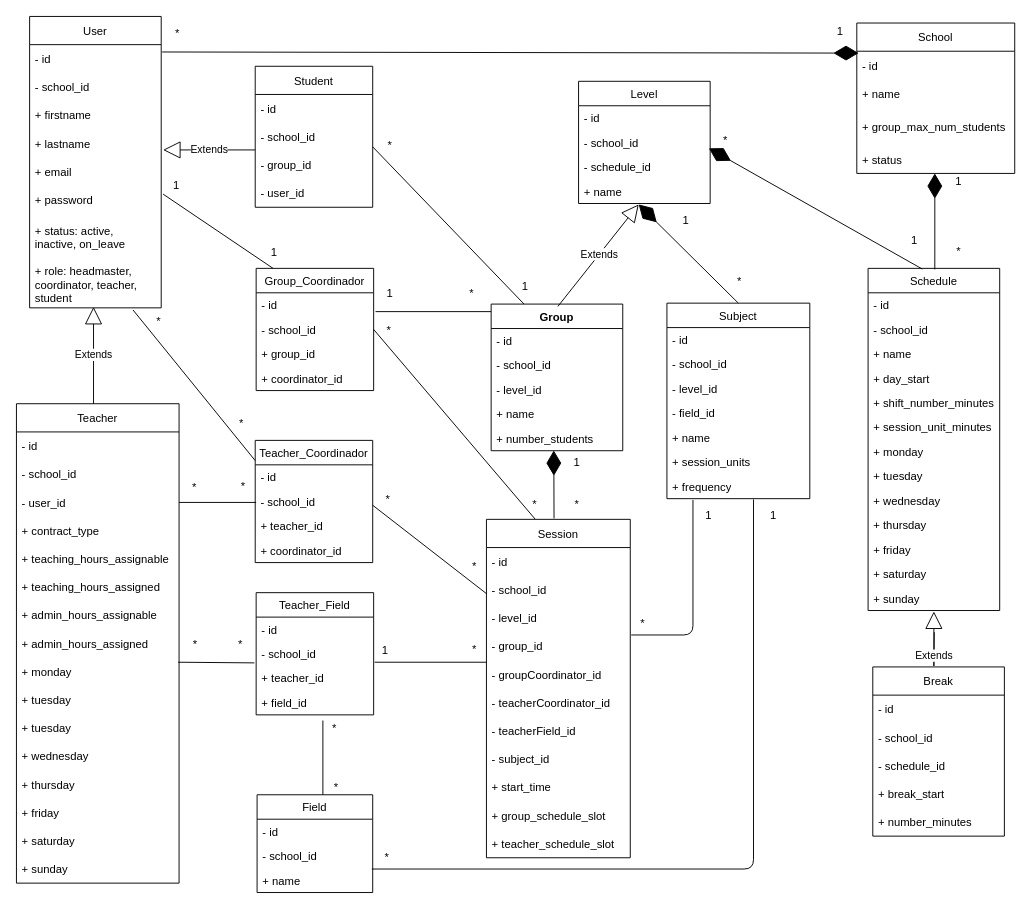
The draw.io diagram support/3_design/entities/entities_UML.drawio in JeromeVargas/schedule_maker, before the edit. Source tidied: cells renumbered, new cells numbered last; positions are measured from the earlier drawing's top-left corner, leaving out a move shared by most shapes. Both pictures are drawn from the tidied source at 94%, with x=0, y=0 at pixel (16, 16).
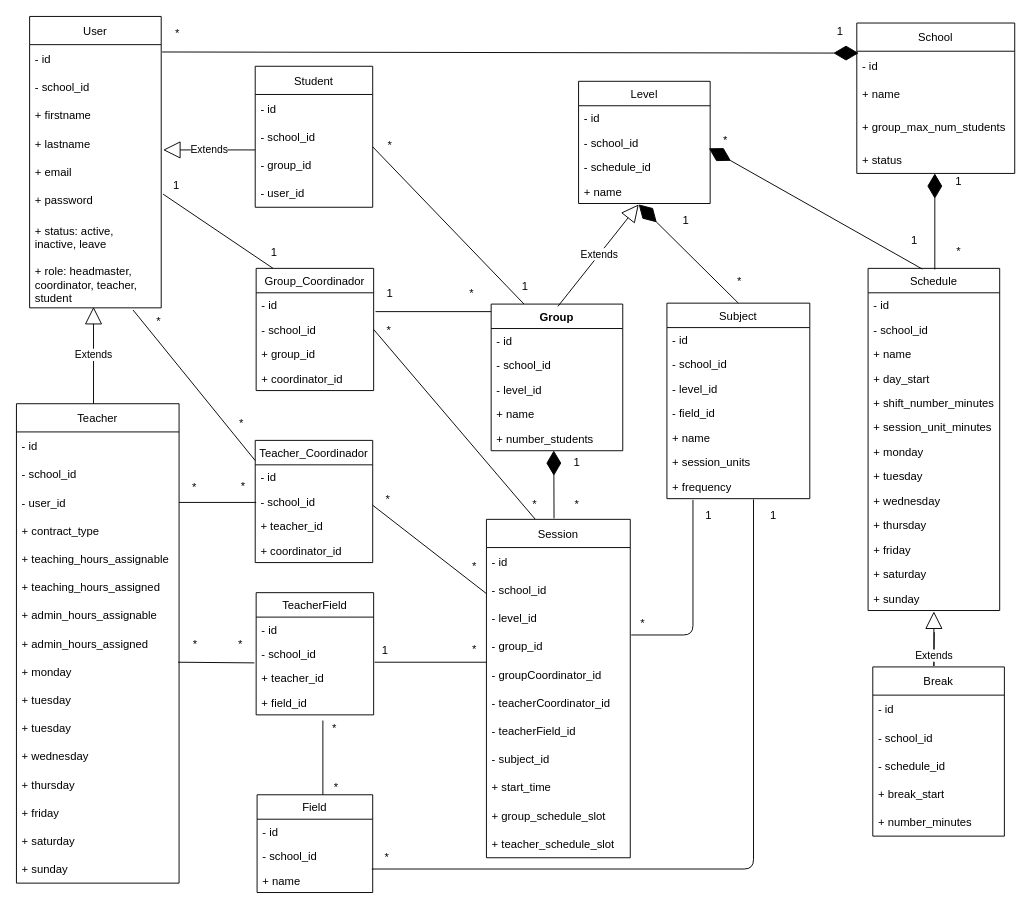
Above is the later version.

The change refers to these unchanged cells:
```xml
<mxCell id="3" value="User" style="swimlane;fontStyle=0;horizontal=1;startSize=30;" parent="1" vertex="1">
  <mxGeometry x="14" width="140" height="310" as="geometry" />
</mxCell>
```

The edit, as a diff of the source:
```diff
@@
-    <mxCell id="10" value="+ status: active,&#10;inactive, on_leave" style="text;strokeColor=none;fillColor=none;align=left;verticalAlign=middle;spacingLeft=4;spacingRight=4;overflow=hidden;" parent="3" vertex="1">
+    <mxCell id="10" value="+ status: active,&#10;inactive, leave" style="text;strokeColor=none;fillColor=none;align=left;verticalAlign=middle;spacingLeft=4;spacingRight=4;overflow=hidden;" parent="3" vertex="1">
       <mxGeometry y="210" width="140" height="50" as="geometry" />
     </mxCell>
@@
-    <mxCell id="84" value="Teacher_Field" style="swimlane;fontStyle=0;horizontal=1;startSize=26;fillColor=none;" parent="1" vertex="1">
+    <mxCell id="84" value="TeacherField" style="swimlane;fontStyle=0;horizontal=1;startSize=26;fillColor=none;" parent="1" vertex="1">
       <mxGeometry x="255" y="613" width="125" height="130" as="geometry" />
     </mxCell>
```
